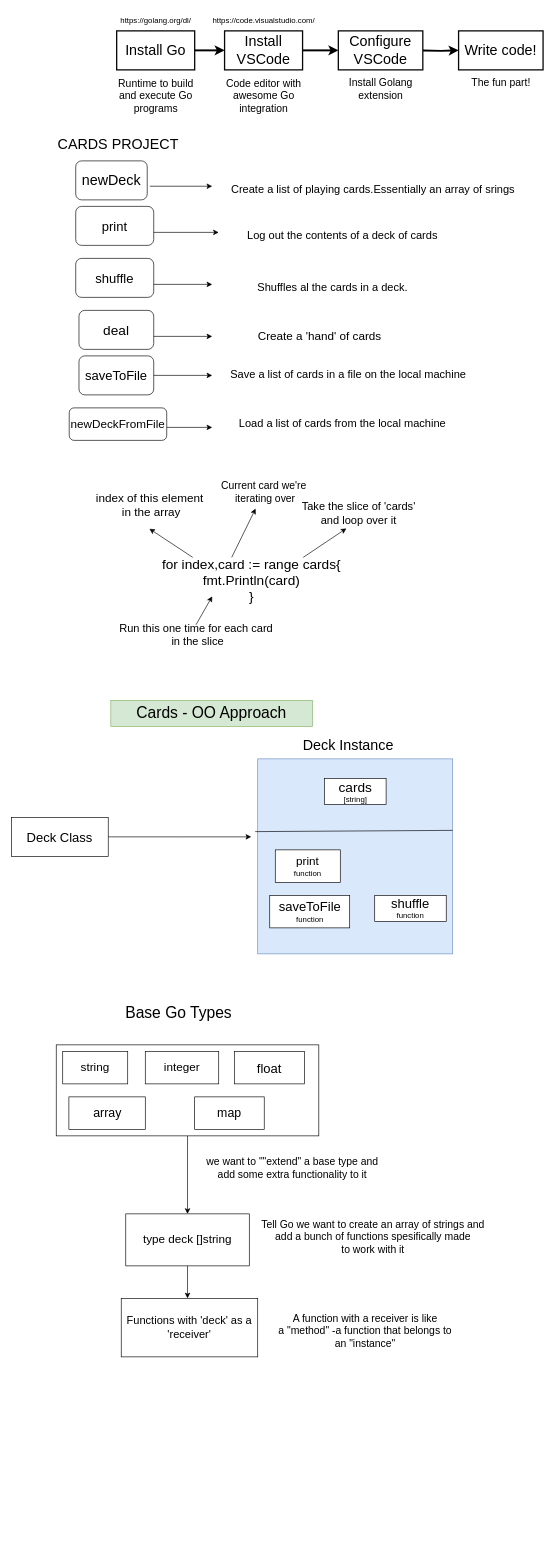
Above: page "Page-1" (1 of 21) of Untitled Diagram.drawio in EsraSrg/golang (draw.io), before the change. Source tidied: cells renumbered, new cells numbered last; positions are measured from the earlier drawing's top-left corner, leaving out a move shared by most shapes. Both pictures are drawn from the tidied source at 65%, with x=0, y=0 at pixel (11, 11).
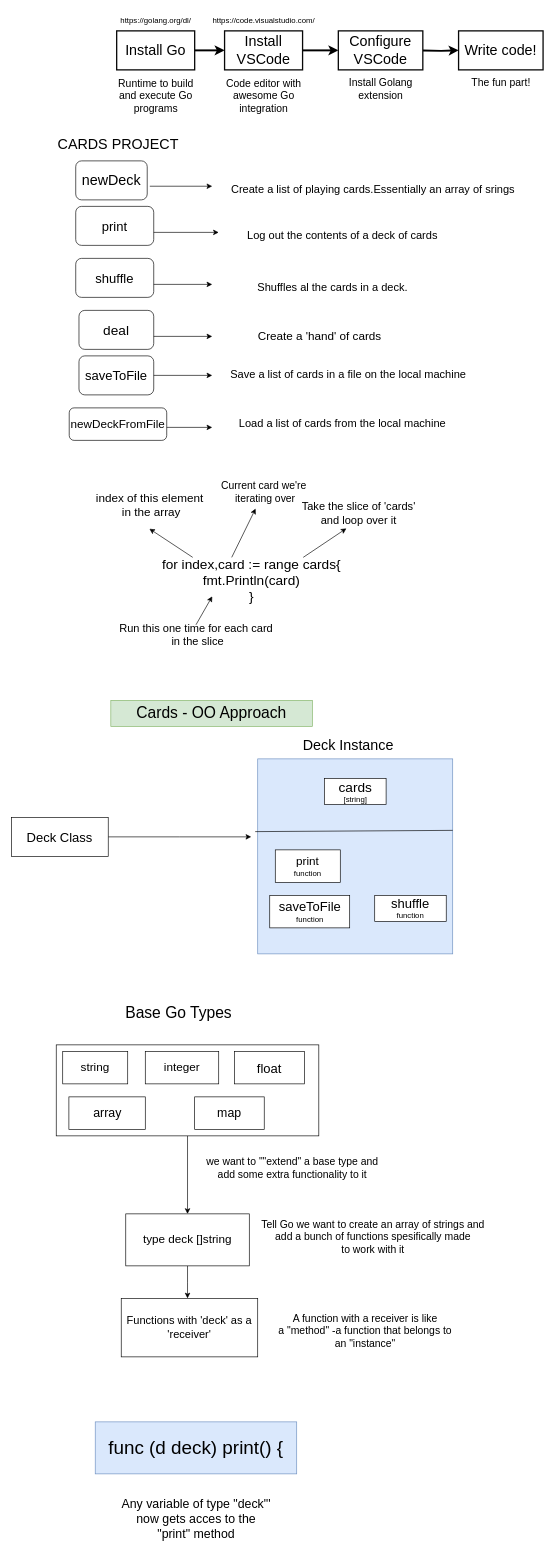
Above is the later version.

Diff of the diagram source:
```diff
@@
+    <mxCell id="67" value="&lt;font style=&quot;font-size: 29px;&quot;&gt;func (d deck) print() {&lt;/font&gt;" style="rounded=0;whiteSpace=wrap;html=1;fillColor=#dae8fc;strokeColor=#6c8ebf;" parent="1" vertex="1">
+      <mxGeometry x="129" y="2170" width="310" height="80" as="geometry" />
+    </mxCell>
+    <mxCell id="68" value="&lt;div style=&quot;font-size: 19px;&quot;&gt;&lt;font style=&quot;font-size: 19px;&quot;&gt;Any variable of type &quot;deck&quot;'&lt;/font&gt;&lt;/div&gt;&lt;div style=&quot;font-size: 19px;&quot;&gt;&lt;font style=&quot;font-size: 19px;&quot;&gt;now gets acces to the&lt;/font&gt;&lt;/div&gt;&lt;div style=&quot;font-size: 19px;&quot;&gt;&lt;font style=&quot;font-size: 19px;&quot;&gt;&quot;print&quot; method&lt;font style=&quot;font-size: 19px;&quot;&gt;&lt;br&gt;&lt;/font&gt;&lt;/font&gt;&lt;/div&gt;" style="text;html=1;align=center;verticalAlign=middle;strokeColor=none;fillColor=none;" parent="1" vertex="1">
+      <mxGeometry x="159" y="2280" width="250" height="80" as="geometry" />
+    </mxCell>
```
